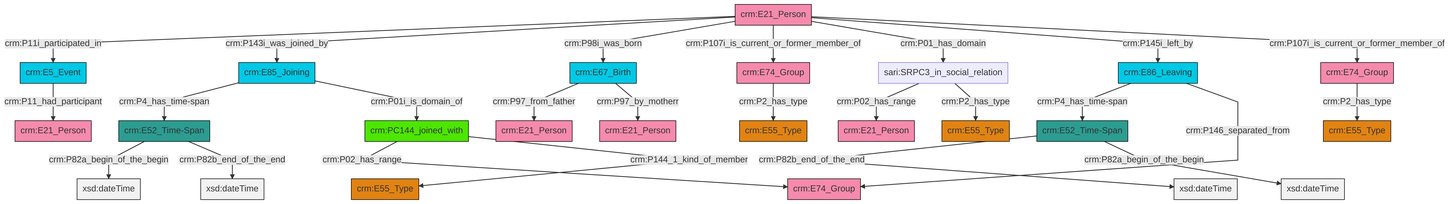
swiss-art-research-net/reference-data-models keeps this Mermaid diagram as et/personCSV/ttl/mmd/png/Person_Actor_Relations.png. Above is the earlier version. Its source is kept beside it as et/personCSV/ttl/mmd/Person_Actor_Relations.ttl.mmd.
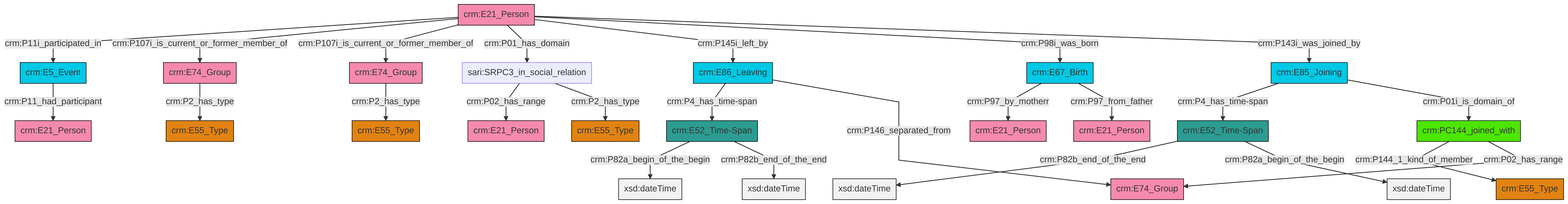
After the change.

Diff of the diagram source:
```diff
@@ -13,27 +13,27 @@
 classDef PC_Classes fill:#4ce600, stroke:#000000;
 classDef Multi fill:#cccccc,stroke:#000000;
 
-2["crm:E52_Time-Span"]:::Time-Span -->|crm:P82a_begin_of_the_begin| 3[xsd:dateTime]:::Literal
-8["crm:E21_Person"]:::Actor -->|crm:P11i_participated_in| 6["crm:E5_Event"]:::Temporal_Entity
-10["crm:E86_Leaving"]:::Temporal_Entity -->|crm:P4_has_time-span| 11["crm:E52_Time-Span"]:::Time-Span
-12["crm:E67_Birth"]:::Temporal_Entity -->|crm:P97_from_father| 4["crm:E21_Person"]:::Actor
-20["sari:SRPC3_in_social_relation"]:::Default -->|crm:P02_has_range| 21["crm:E21_Person"]:::Actor
-10["crm:E86_Leaving"]:::Temporal_Entity -->|crm:P146_separated_from| 0["crm:E74_Group"]:::Actor
-26["crm:E74_Group"]:::Actor -->|crm:P2_has_type| 16["crm:E55_Type"]:::Type
-20["sari:SRPC3_in_social_relation"]:::Default -->|crm:P2_has_type| 27["crm:E55_Type"]:::Type
-28["crm:PC144_joined_with"]:::PC_Classes -->|crm:P02_has_range| 0["crm:E74_Group"]:::Actor
-12["crm:E67_Birth"]:::Temporal_Entity -->|crm:P97_by_motherr| 31["crm:E21_Person"]:::Actor
-8["crm:E21_Person"]:::Actor -->|crm:P143i_was_joined_by| 22["crm:E85_Joining"]:::Temporal_Entity
-8["crm:E21_Person"]:::Actor -->|crm:P98i_was_born| 12["crm:E67_Birth"]:::Temporal_Entity
-8["crm:E21_Person"]:::Actor -->|crm:P107i_is_current_or_former_member_of| 18["crm:E74_Group"]:::Actor
-8["crm:E21_Person"]:::Actor -->|crm:P01_has_domain| 20["sari:SRPC3_in_social_relation"]:::Default
-18["crm:E74_Group"]:::Actor -->|crm:P2_has_type| 24["crm:E55_Type"]:::Type
-8["crm:E21_Person"]:::Actor -->|crm:P145i_left_by| 10["crm:E86_Leaving"]:::Temporal_Entity
-28["crm:PC144_joined_with"]:::PC_Classes -->|crm:P144_1_kind_of_member| 29["crm:E55_Type"]:::Type
-22["crm:E85_Joining"]:::Temporal_Entity -->|crm:P4_has_time-span| 2["crm:E52_Time-Span"]:::Time-Span
-8["crm:E21_Person"]:::Actor -->|crm:P107i_is_current_or_former_member_of| 26["crm:E74_Group"]:::Actor
-6["crm:E5_Event"]:::Temporal_Entity -->|crm:P11_had_participant| 14["crm:E21_Person"]:::Actor
-2["crm:E52_Time-Span"]:::Time-Span -->|crm:P82b_end_of_the_end| 43[xsd:dateTime]:::Literal
-11["crm:E52_Time-Span"]:::Time-Span -->|crm:P82b_end_of_the_end| 44[xsd:dateTime]:::Literal
-22["crm:E85_Joining"]:::Temporal_Entity -->|crm:P01i_is_domain_of| 28["crm:PC144_joined_with"]:::PC_Classes
-11["crm:E52_Time-Span"]:::Time-Span -->|crm:P82a_begin_of_the_begin| 46[xsd:dateTime]:::Literal
+6["crm:E85_Joining"]:::Temporal_Entity -->|crm:P4_has_time-span| 7["crm:E52_Time-Span"]:::Time-Span
+6["crm:E85_Joining"]:::Temporal_Entity -->|crm:P01i_is_domain_of| 8["crm:PC144_joined_with"]:::PC_Classes
+9["crm:E21_Person"]:::Actor -->|crm:P11i_participated_in| 0["crm:E5_Event"]:::Temporal_Entity
+9["crm:E21_Person"]:::Actor -->|crm:P107i_is_current_or_former_member_of| 10["crm:E74_Group"]:::Actor
+9["crm:E21_Person"]:::Actor -->|crm:P107i_is_current_or_former_member_of| 12["crm:E74_Group"]:::Actor
+9["crm:E21_Person"]:::Actor -->|crm:P01_has_domain| 18["sari:SRPC3_in_social_relation"]:::Default
+8["crm:PC144_joined_with"]:::PC_Classes -->|crm:P144_1_kind_of_member| 2["crm:E55_Type"]:::Type
+8["crm:PC144_joined_with"]:::PC_Classes -->|crm:P02_has_range| 19["crm:E74_Group"]:::Actor
+0["crm:E5_Event"]:::Temporal_Entity -->|crm:P11_had_participant| 21["crm:E21_Person"]:::Actor
+13["crm:E52_Time-Span"]:::Time-Span -->|crm:P82a_begin_of_the_begin| 23[xsd:dateTime]:::Literal
+25["crm:E86_Leaving"]:::Temporal_Entity -->|crm:P4_has_time-span| 13["crm:E52_Time-Span"]:::Time-Span
+28["crm:E67_Birth"]:::Temporal_Entity -->|crm:P97_by_motherr| 29["crm:E21_Person"]:::Actor
+18["sari:SRPC3_in_social_relation"]:::Default -->|crm:P02_has_range| 4["crm:E21_Person"]:::Actor
+12["crm:E74_Group"]:::Actor -->|crm:P2_has_type| 16["crm:E55_Type"]:::Type
+7["crm:E52_Time-Span"]:::Time-Span -->|crm:P82b_end_of_the_end| 31[xsd:dateTime]:::Literal
+9["crm:E21_Person"]:::Actor -->|crm:P145i_left_by| 25["crm:E86_Leaving"]:::Temporal_Entity
+28["crm:E67_Birth"]:::Temporal_Entity -->|crm:P97_from_father| 26["crm:E21_Person"]:::Actor
+10["crm:E74_Group"]:::Actor -->|crm:P2_has_type| 33["crm:E55_Type"]:::Type
+18["sari:SRPC3_in_social_relation"]:::Default -->|crm:P2_has_type| 39["crm:E55_Type"]:::Type
+9["crm:E21_Person"]:::Actor -->|crm:P98i_was_born| 28["crm:E67_Birth"]:::Temporal_Entity
+25["crm:E86_Leaving"]:::Temporal_Entity -->|crm:P146_separated_from| 19["crm:E74_Group"]:::Actor
+7["crm:E52_Time-Span"]:::Time-Span -->|crm:P82a_begin_of_the_begin| 42[xsd:dateTime]:::Literal
+9["crm:E21_Person"]:::Actor -->|crm:P143i_was_joined_by| 6["crm:E85_Joining"]:::Temporal_Entity
+13["crm:E52_Time-Span"]:::Time-Span -->|crm:P82b_end_of_the_end| 43[xsd:dateTime]:::Literal
```
